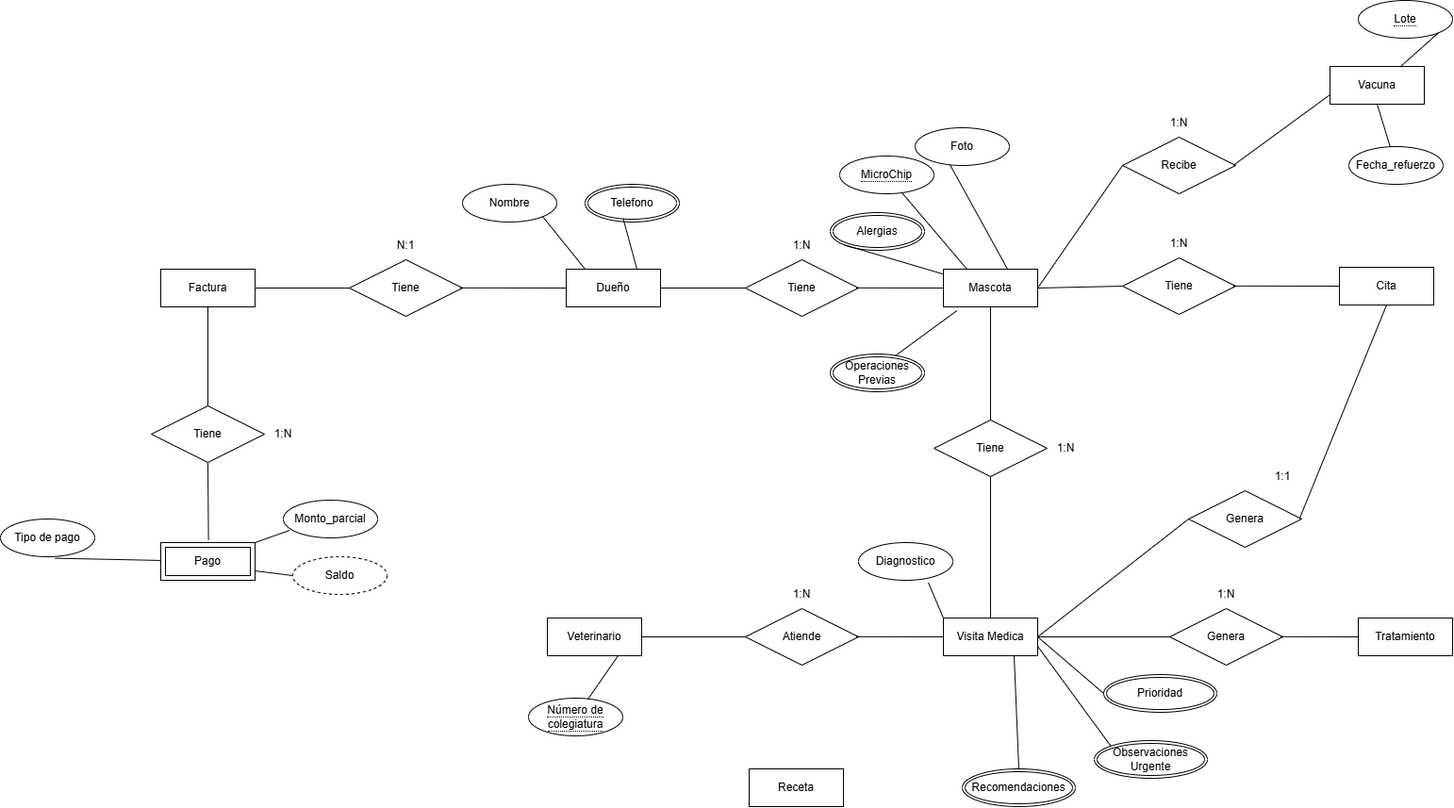
Above: Actividades/DIAGRAMA ACTIVIDAD 3.drawio.png in cortes150/Practicas_Base_de_datos_1 (draw.io), before the change. Source tidied: cells renumbered, new cells last; positions are measured from the earlier drawing's top-left corner, leaving out a move shared by most shapes.
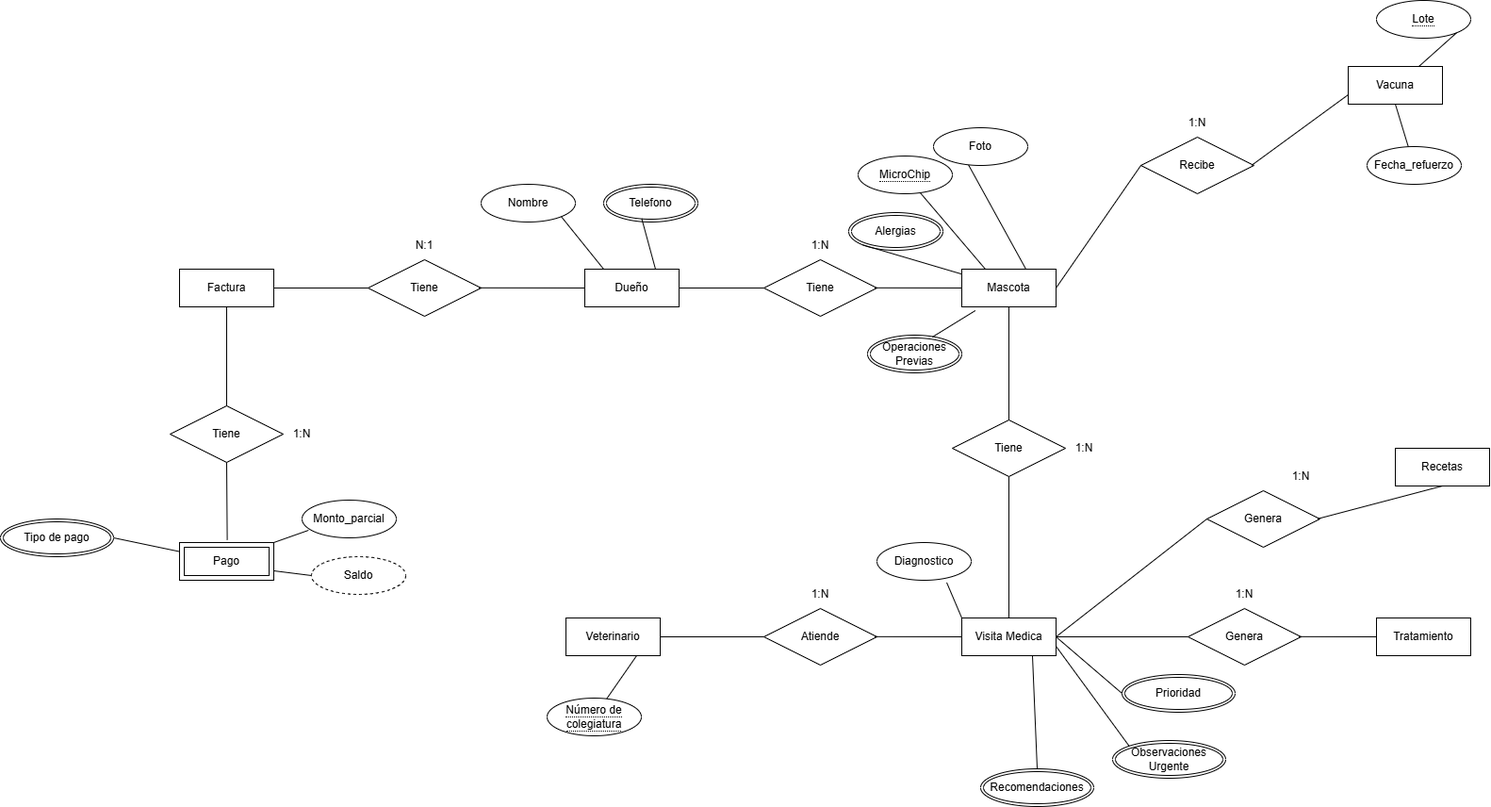
Above is the later version.

Commit message:
Cambie la imagen de la actividad 3

What changed in the source:
```diff
@@ -17,8 +17,8 @@
     <mxCell id="6" value="Tiene" style="shape=rhombus;perimeter=rhombusPerimeter;whiteSpace=wrap;html=1;align=center;" parent="1" vertex="1">
       <mxGeometry x="790" y="275" width="120" height="60" as="geometry" />
     </mxCell>
-    <mxCell id="7" value="Cita" style="whiteSpace=wrap;html=1;align=center;" parent="1" vertex="1">
-      <mxGeometry x="1420" y="283" width="100" height="40" as="geometry" />
+    <mxCell id="7" value="Recetas" style="whiteSpace=wrap;html=1;align=center;" parent="1" vertex="1">
+      <mxGeometry x="1460" y="475" width="100" height="40" as="geometry" />
     </mxCell>
     <mxCell id="8" value="Vacuna" style="whiteSpace=wrap;html=1;align=center;" parent="1" vertex="1">
       <mxGeometry x="1410" y="70" width="100" height="40" as="geometry" />
@@ -26,9 +26,6 @@
     <mxCell id="9" value="Tratamiento" style="whiteSpace=wrap;html=1;align=center;" parent="1" vertex="1">
       <mxGeometry x="1440" y="655" width="100" height="40" as="geometry" />
     </mxCell>
-    <mxCell id="10" value="Receta" style="whiteSpace=wrap;html=1;align=center;" parent="1" vertex="1">
-      <mxGeometry x="794" y="815" width="100" height="40" as="geometry" />
-    </mxCell>
     <mxCell id="11" value="Factura" style="whiteSpace=wrap;html=1;align=center;" parent="1" vertex="1">
       <mxGeometry x="170" y="285" width="100" height="40" as="geometry" />
     </mxCell>
@@ -51,7 +48,7 @@
       <mxGeometry x="880" y="225" width="100" height="40" as="geometry" />
     </mxCell>
     <mxCell id="18" value="Operaciones Previas" style="ellipse;shape=doubleEllipse;margin=3;whiteSpace=wrap;html=1;align=center;" parent="1" vertex="1">
-      <mxGeometry x="880" y="375" width="100" height="40" as="geometry" />
+      <mxGeometry x="900" y="355" width="100" height="40" as="geometry" />
     </mxCell>
     <mxCell id="19" value="&lt;span style=&quot;border-bottom: 1px dotted&quot;&gt;Número de colegiatura&lt;/span&gt;" style="ellipse;whiteSpace=wrap;html=1;align=center;" parent="1" vertex="1">
       <mxGeometry x="560" y="740" width="100" height="40" as="geometry" />
@@ -74,9 +71,6 @@
     <mxCell id="25" value="Fecha_refuerzo" style="ellipse;whiteSpace=wrap;html=1;align=center;" parent="1" vertex="1">
       <mxGeometry x="1430" y="155" width="100" height="40" as="geometry" />
     </mxCell>
-    <mxCell id="26" value="Tipo de pago" style="ellipse;whiteSpace=wrap;html=1;align=center;" parent="1" vertex="1">
-      <mxGeometry y="550" width="100" height="40" as="geometry" />
-    </mxCell>
     <mxCell id="27" value="Monto_parcial" style="ellipse;whiteSpace=wrap;html=1;align=center;" parent="1" vertex="1">
       <mxGeometry x="300" y="530" width="100" height="40" as="geometry" />
     </mxCell>
@@ -122,7 +116,7 @@
     <mxCell id="41" style="endArrow=none;html=1;rounded=0;exitX=0.5;exitY=1;exitDx=0;exitDy=0;" parent="1" edge="1" source="8" target="25">
       <mxGeometry relative="1" as="geometry" />
     </mxCell>
-    <mxCell id="42" style="endArrow=none;html=1;rounded=0;entryX=0.58;entryY=1.04;entryDx=0;entryDy=0;entryPerimeter=0;" parent="1" edge="1" source="12" target="26">
+    <mxCell id="42" style="endArrow=none;html=1;rounded=0;entryX=1;entryY=0.5;entryDx=0;entryDy=0;" parent="1" edge="1" source="12" target="26">
       <mxGeometry relative="1" as="geometry" />
     </mxCell>
     <mxCell id="43" style="endArrow=none;html=1;rounded=0;entryX=0.068;entryY=0.8;entryDx=0;entryDy=0;entryPerimeter=0;exitX=1;exitY=0;exitDx=0;exitDy=0;" parent="1" edge="1" source="12" target="27">
@@ -152,22 +146,10 @@
     <mxCell id="51" style="endArrow=none;html=1;rounded=0;exitX=0.5;exitY=1;exitDx=0;exitDy=0;entryX=0.5;entryY=0;entryDx=0;entryDy=0;" parent="1" edge="1" source="48" target="5">
       <mxGeometry relative="1" as="geometry" />
     </mxCell>
-    <mxCell id="52" value="Tiene" style="shape=rhombus;perimeter=rhombusPerimeter;whiteSpace=wrap;html=1;align=center;" parent="1" vertex="1">
-      <mxGeometry x="1190" y="273" width="120" height="60" as="geometry" />
-    </mxCell>
-    <mxCell id="53" value="1:N" style="text;html=1;align=center;verticalAlign=middle;whiteSpace=wrap;rounded=0;" parent="1" vertex="1">
-      <mxGeometry x="1220" y="243" width="60" height="30" as="geometry" />
-    </mxCell>
-    <mxCell id="54" style="endArrow=none;html=1;rounded=0;entryX=0;entryY=0.5;entryDx=0;entryDy=0;exitX=1;exitY=0.5;exitDx=0;exitDy=0;" parent="1" edge="1" source="3" target="52">
-      <mxGeometry relative="1" as="geometry" />
-    </mxCell>
-    <mxCell id="55" style="endArrow=none;html=1;rounded=0;exitX=0.98;exitY=0.497;exitDx=0;exitDy=0;exitPerimeter=0;entryX=0;entryY=0.5;entryDx=0;entryDy=0;" parent="1" edge="1" source="52" target="7">
-      <mxGeometry relative="1" as="geometry" />
-    </mxCell>
     <mxCell id="56" value="Genera" style="shape=rhombus;perimeter=rhombusPerimeter;whiteSpace=wrap;html=1;align=center;" parent="1" vertex="1">
       <mxGeometry x="1260" y="520" width="120" height="60" as="geometry" />
     </mxCell>
-    <mxCell id="57" value="1:1" style="text;html=1;align=center;verticalAlign=middle;whiteSpace=wrap;rounded=0;" parent="1" vertex="1">
+    <mxCell id="57" value="1:N" style="text;html=1;align=center;verticalAlign=middle;whiteSpace=wrap;rounded=0;" parent="1" vertex="1">
       <mxGeometry x="1330" y="490" width="60" height="30" as="geometry" />
     </mxCell>
     <mxCell id="58" style="endArrow=none;html=1;rounded=0;entryX=0;entryY=0.5;entryDx=0;entryDy=0;exitX=1;exitY=0.5;exitDx=0;exitDy=0;" parent="1" edge="1" source="5" target="56">
@@ -240,5 +222,8 @@
     <mxCell id="79" style="endArrow=none;html=1;rounded=0;exitX=0.5;exitY=1;exitDx=0;exitDy=0;entryX=0.506;entryY=-0.067;entryDx=0;entryDy=0;entryPerimeter=0;" parent="1" edge="1" source="76" target="12">
       <mxGeometry relative="1" as="geometry" />
     </mxCell>
+    <mxCell id="26" value="Tipo de pago" style="ellipse;shape=doubleEllipse;margin=3;whiteSpace=wrap;html=1;align=center;" parent="1" vertex="1">
+      <mxGeometry x="-20" y="550" width="120" height="40" as="geometry" />
+    </mxCell>
   </root>
 </mxGraphModel>
```
